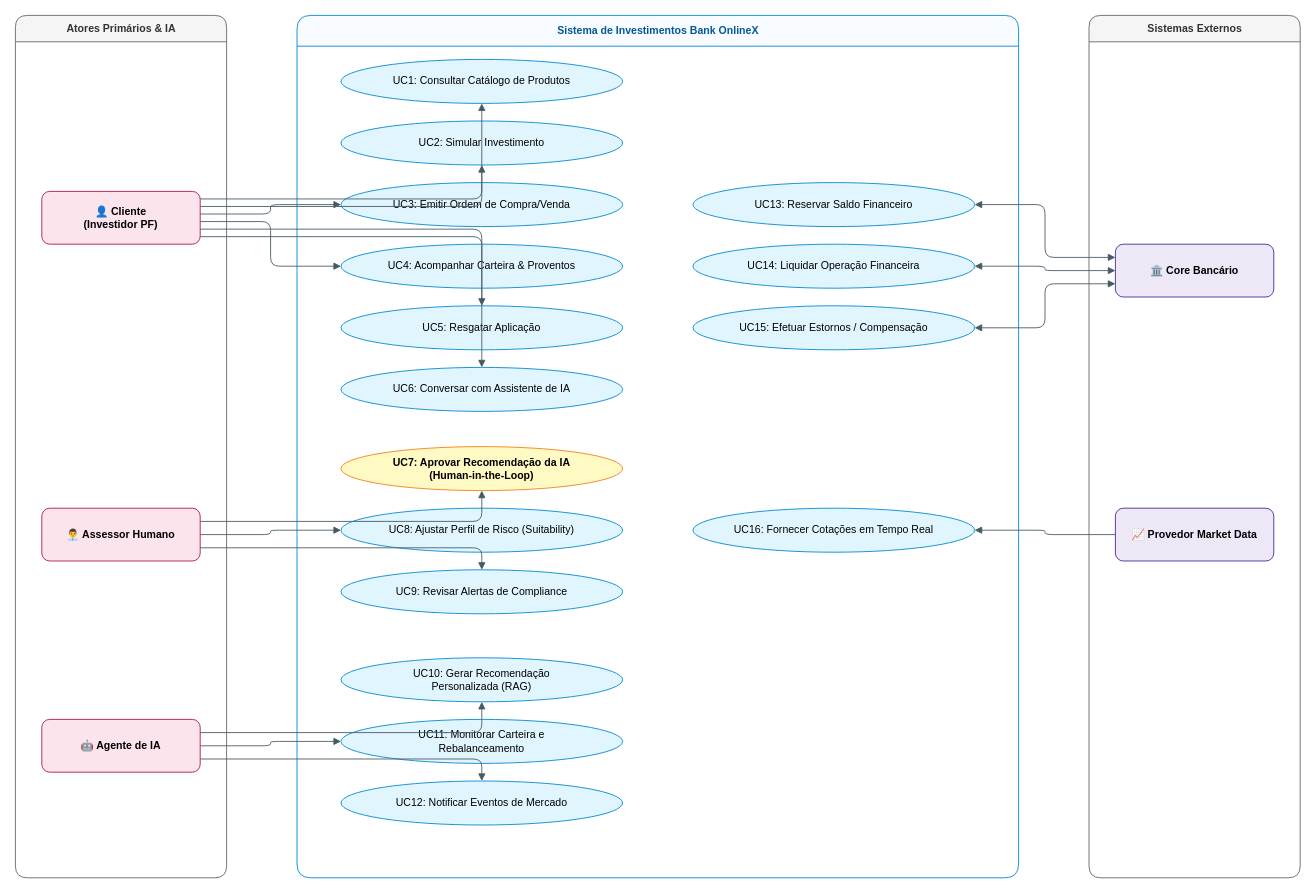
Earlier version of the draw.io diagram Artefatos/Fase2/01_Casos_de_Uso_Bank_OnlineX.drawio (MathGueff/mineracao-de-dados-poc-bank-online). Source tidied: cells renumbered, new cells numbered last; positions are measured from the earlier drawing's top-left corner, leaving out a move shared by most shapes. Both pictures are drawn from the tidied source at 88%, with x=0, y=0 at pixel (15, 15).
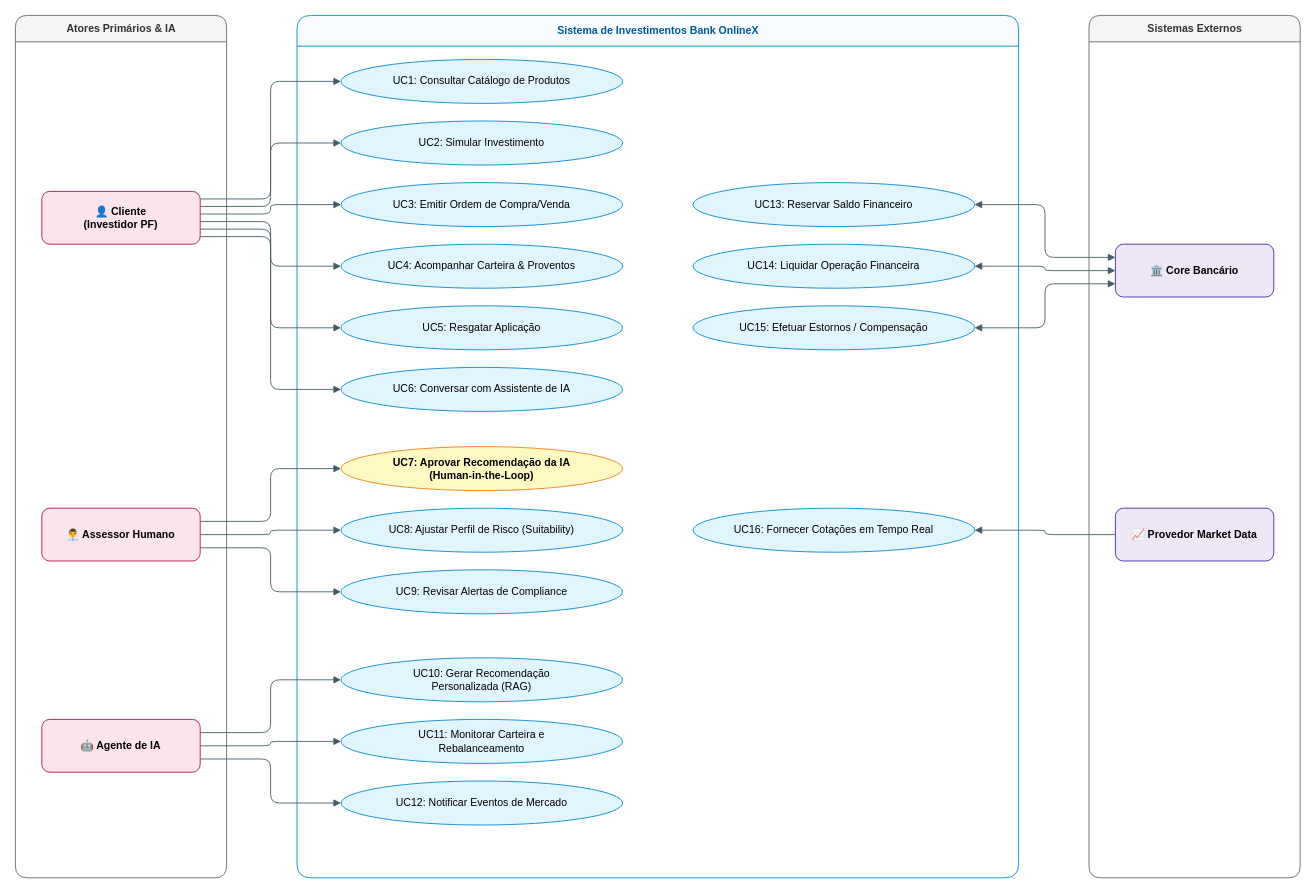
Above is the later version.

The change refers to these unchanged cells:
```xml
<mxCell id="5" value="👤 Cliente&#10;(Investidor PF)" style="rounded=1;whiteSpace=wrap;html=1;fillColor=#fce4ec;strokeColor=#ad1457;fontStyle=1;fontSize=12;" parent="2" vertex="1">
  <mxGeometry x="30" y="200" width="180" height="60" as="geometry" />
</mxCell>
<mxCell id="6" value="👨‍💼 Assessor Humano" style="rounded=1;whiteSpace=wrap;html=1;fillColor=#fce4ec;strokeColor=#ad1457;fontStyle=1;fontSize=12;" parent="2" vertex="1">
  <mxGeometry x="30" y="560" width="180" height="60" as="geometry" />
</mxCell>
<mxCell id="7" value="🤖 Agente de IA" style="rounded=1;whiteSpace=wrap;html=1;fillColor=#fce4ec;strokeColor=#ad1457;fontStyle=1;fontSize=12;" parent="2" vertex="1">
  <mxGeometry x="30" y="800" width="180" height="60" as="geometry" />
</mxCell>
<mxCell id="8" value="🏛️ Core Bancário" style="rounded=1;whiteSpace=wrap;html=1;fillColor=#ede7f6;strokeColor=#4527a0;fontStyle=1;fontSize=12;" parent="4" vertex="1">
  <mxGeometry x="30" y="260" width="180" height="60" as="geometry" />
</mxCell>
<mxCell id="9" value="📈 Provedor Market Data" style="rounded=1;whiteSpace=wrap;html=1;fillColor=#ede7f6;strokeColor=#4527a0;fontStyle=1;fontSize=12;" parent="4" vertex="1">
  <mxGeometry x="30" y="560" width="180" height="60" as="geometry" />
</mxCell>
<mxCell id="10" value="UC1: Consultar Catálogo de Produtos" style="ellipse;whiteSpace=wrap;html=1;fillColor=#e1f5fe;strokeColor=#0288d1;fontSize=12;" parent="3" vertex="1">
  <mxGeometry x="50" y="50" width="320" height="50" as="geometry" />
</mxCell>
<mxCell id="11" value="UC2: Simular Investimento" style="ellipse;whiteSpace=wrap;html=1;fillColor=#e1f5fe;strokeColor=#0288d1;fontSize=12;" parent="3" vertex="1">
  <mxGeometry x="50" y="120" width="320" height="50" as="geometry" />
</mxCell>
<mxCell id="12" value="UC3: Emitir Ordem de Compra/Venda" style="ellipse;whiteSpace=wrap;html=1;fillColor=#e1f5fe;strokeColor=#0288d1;fontSize=12;" parent="3" vertex="1">
  <mxGeometry x="50" y="190" width="320" height="50" as="geometry" />
</mxCell>
<mxCell id="13" value="UC4: Acompanhar Carteira &amp; Proventos" style="ellipse;whiteSpace=wrap;html=1;fillColor=#e1f5fe;strokeColor=#0288d1;fontSize=12;" parent="3" vertex="1">
  <mxGeometry x="50" y="260" width="320" height="50" as="geometry" />
</mxCell>
<mxCell id="14" value="UC5: Resgatar Aplicação" style="ellipse;whiteSpace=wrap;html=1;fillColor=#e1f5fe;strokeColor=#0288d1;fontSize=12;" parent="3" vertex="1">
  <mxGeometry x="50" y="330" width="320" height="50" as="geometry" />
</mxCell>
<mxCell id="15" value="UC6: Conversar com Assistente de IA" style="ellipse;whiteSpace=wrap;html=1;fillColor=#e1f5fe;strokeColor=#0288d1;fontSize=12;" parent="3" vertex="1">
  <mxGeometry x="50" y="400" width="320" height="50" as="geometry" />
</mxCell>
<mxCell id="16" value="UC7: Aprovar Recomendação da IA&#10;(Human-in-the-Loop)" style="ellipse;whiteSpace=wrap;html=1;fillColor=#fff9c4;strokeColor=#f57f17;fontStyle=1;fontSize=12;" parent="3" vertex="1">
  <mxGeometry x="50" y="490" width="320" height="50" as="geometry" />
</mxCell>
<mxCell id="17" value="UC8: Ajustar Perfil de Risco (Suitability)" style="ellipse;whiteSpace=wrap;html=1;fillColor=#e1f5fe;strokeColor=#0288d1;fontSize=12;" parent="3" vertex="1">
  <mxGeometry x="50" y="560" width="320" height="50" as="geometry" />
</mxCell>
<mxCell id="18" value="UC9: Revisar Alertas de Compliance" style="ellipse;whiteSpace=wrap;html=1;fillColor=#e1f5fe;strokeColor=#0288d1;fontSize=12;" parent="3" vertex="1">
  <mxGeometry x="50" y="630" width="320" height="50" as="geometry" />
</mxCell>
<mxCell id="19" value="UC10: Gerar Recomendação&#10;Personalizada (RAG)" style="ellipse;whiteSpace=wrap;html=1;fillColor=#e1f5fe;strokeColor=#0288d1;fontSize=12;" parent="3" vertex="1">
  <mxGeometry x="50" y="730" width="320" height="50" as="geometry" />
</mxCell>
<mxCell id="20" value="UC11: Monitorar Carteira e&#10;Rebalanceamento" style="ellipse;whiteSpace=wrap;html=1;fillColor=#e1f5fe;strokeColor=#0288d1;fontSize=12;" parent="3" vertex="1">
  <mxGeometry x="50" y="800" width="320" height="50" as="geometry" />
</mxCell>
<mxCell id="21" value="UC12: Notificar Eventos de Mercado" style="ellipse;whiteSpace=wrap;html=1;fillColor=#e1f5fe;strokeColor=#0288d1;fontSize=12;" parent="3" vertex="1">
  <mxGeometry x="50" y="870" width="320" height="50" as="geometry" />
</mxCell>
<mxCell id="22" value="UC13: Reservar Saldo Financeiro" style="ellipse;whiteSpace=wrap;html=1;fillColor=#e1f5fe;strokeColor=#0288d1;fontSize=12;" parent="3" vertex="1">
  <mxGeometry x="450" y="190" width="320" height="50" as="geometry" />
</mxCell>
<mxCell id="23" value="UC14: Liquidar Operação Financeira" style="ellipse;whiteSpace=wrap;html=1;fillColor=#e1f5fe;strokeColor=#0288d1;fontSize=12;" parent="3" vertex="1">
  <mxGeometry x="450" y="260" width="320" height="50" as="geometry" />
</mxCell>
<mxCell id="24" value="UC15: Efetuar Estornos / Compensação" style="ellipse;whiteSpace=wrap;html=1;fillColor=#e1f5fe;strokeColor=#0288d1;fontSize=12;" parent="3" vertex="1">
  <mxGeometry x="450" y="330" width="320" height="50" as="geometry" />
</mxCell>
<mxCell id="25" value="UC16: Fornecer Cotações em Tempo Real" style="ellipse;whiteSpace=wrap;html=1;fillColor=#e1f5fe;strokeColor=#0288d1;fontSize=12;" parent="3" vertex="1">
  <mxGeometry x="450" y="560" width="320" height="50" as="geometry" />
</mxCell>
```

Change to the diagram source:
```diff
@@
-    <mxCell id="26" style="edgeStyle=orthogonalEdgeStyle;rounded=1;jettySize=auto;html=1;endArrow=block;endFill=1;strokeColor=#455a64;exitX=1;exitY=0.142857;exitDx=0;exitDy=0;" parent="1" edge="1" source="5" target="10">
+    <mxCell id="26" style="edgeStyle=orthogonalEdgeStyle;rounded=1;jettySize=auto;html=1;endArrow=block;endFill=1;strokeColor=#455a64;exitX=1;exitY=0.142857;exitDx=0;exitDy=0;entryX=0;entryY=0.5;entryDx=0;entryDy=0;" parent="1" edge="1" source="5" target="10">
       <mxGeometry relative="1" as="geometry" />
     </mxCell>
-    <mxCell id="27" style="edgeStyle=orthogonalEdgeStyle;rounded=1;jettySize=auto;html=1;endArrow=block;endFill=1;strokeColor=#455a64;exitX=1;exitY=0.285714;exitDx=0;exitDy=0;" parent="1" edge="1" source="5" target="11">
+    <mxCell id="27" style="edgeStyle=orthogonalEdgeStyle;rounded=1;jettySize=auto;html=1;endArrow=block;endFill=1;strokeColor=#455a64;exitX=1;exitY=0.285714;exitDx=0;exitDy=0;entryX=0;entryY=0.5;entryDx=0;entryDy=0;" parent="1" edge="1" source="5" target="11">
       <mxGeometry relative="1" as="geometry" />
     </mxCell>
-    <mxCell id="28" style="edgeStyle=orthogonalEdgeStyle;rounded=1;jettySize=auto;html=1;endArrow=block;endFill=1;strokeColor=#455a64;exitX=1;exitY=0.428571;exitDx=0;exitDy=0;" parent="1" edge="1" source="5" target="12">
+    <mxCell id="28" style="edgeStyle=orthogonalEdgeStyle;rounded=1;jettySize=auto;html=1;endArrow=block;endFill=1;strokeColor=#455a64;exitX=1;exitY=0.428571;exitDx=0;exitDy=0;entryX=0;entryY=0.5;entryDx=0;entryDy=0;" parent="1" edge="1" source="5" target="12">
       <mxGeometry relative="1" as="geometry" />
     </mxCell>
-    <mxCell id="29" style="edgeStyle=orthogonalEdgeStyle;rounded=1;jettySize=auto;html=1;endArrow=block;endFill=1;strokeColor=#455a64;exitX=1;exitY=0.571429;exitDx=0;exitDy=0;" parent="1" edge="1" source="5" target="13">
+    <mxCell id="29" style="edgeStyle=orthogonalEdgeStyle;rounded=1;jettySize=auto;html=1;endArrow=block;endFill=1;strokeColor=#455a64;exitX=1;exitY=0.571429;exitDx=0;exitDy=0;entryX=0;entryY=0.5;entryDx=0;entryDy=0;" parent="1" edge="1" source="5" target="13">
       <mxGeometry relative="1" as="geometry" />
     </mxCell>
-    <mxCell id="30" style="edgeStyle=orthogonalEdgeStyle;rounded=1;jettySize=auto;html=1;endArrow=block;endFill=1;strokeColor=#455a64;exitX=1;exitY=0.714286;exitDx=0;exitDy=0;" parent="1" edge="1" source="5" target="14">
+    <mxCell id="30" style="edgeStyle=orthogonalEdgeStyle;rounded=1;jettySize=auto;html=1;endArrow=block;endFill=1;strokeColor=#455a64;exitX=1;exitY=0.714286;exitDx=0;exitDy=0;entryX=0;entryY=0.5;entryDx=0;entryDy=0;" parent="1" edge="1" source="5" target="14">
       <mxGeometry relative="1" as="geometry" />
     </mxCell>
-    <mxCell id="31" style="edgeStyle=orthogonalEdgeStyle;rounded=1;jettySize=auto;html=1;endArrow=block;endFill=1;strokeColor=#455a64;exitX=1;exitY=0.857143;exitDx=0;exitDy=0;" parent="1" edge="1" source="5" target="15">
+    <mxCell id="31" style="edgeStyle=orthogonalEdgeStyle;rounded=1;jettySize=auto;html=1;endArrow=block;endFill=1;strokeColor=#455a64;exitX=1;exitY=0.857143;exitDx=0;exitDy=0;entryX=0;entryY=0.5;entryDx=0;entryDy=0;" parent="1" edge="1" source="5" target="15">
       <mxGeometry relative="1" as="geometry" />
     </mxCell>
-    <mxCell id="32" style="edgeStyle=orthogonalEdgeStyle;rounded=1;jettySize=auto;html=1;endArrow=block;endFill=1;strokeColor=#455a64;exitX=1;exitY=0.25;exitDx=0;exitDy=0;" parent="1" edge="1" source="6" target="16">
+    <mxCell id="32" style="edgeStyle=orthogonalEdgeStyle;rounded=1;jettySize=auto;html=1;endArrow=block;endFill=1;strokeColor=#455a64;exitX=1;exitY=0.25;exitDx=0;exitDy=0;entryX=0;entryY=0.5;entryDx=0;entryDy=0;" parent="1" edge="1" source="6" target="16">
       <mxGeometry relative="1" as="geometry" />
     </mxCell>
-    <mxCell id="33" style="edgeStyle=orthogonalEdgeStyle;rounded=1;jettySize=auto;html=1;endArrow=block;endFill=1;strokeColor=#455a64;exitX=1;exitY=0.5;exitDx=0;exitDy=0;" parent="1" edge="1" source="6" target="17">
+    <mxCell id="33" style="edgeStyle=orthogonalEdgeStyle;rounded=1;jettySize=auto;html=1;endArrow=block;endFill=1;strokeColor=#455a64;exitX=1;exitY=0.5;exitDx=0;exitDy=0;entryX=0;entryY=0.5;entryDx=0;entryDy=0;" parent="1" edge="1" source="6" target="17">
       <mxGeometry relative="1" as="geometry" />
     </mxCell>
-    <mxCell id="34" style="edgeStyle=orthogonalEdgeStyle;rounded=1;jettySize=auto;html=1;endArrow=block;endFill=1;strokeColor=#455a64;exitX=1;exitY=0.75;exitDx=0;exitDy=0;" parent="1" edge="1" source="6" target="18">
+    <mxCell id="34" style="edgeStyle=orthogonalEdgeStyle;rounded=1;jettySize=auto;html=1;endArrow=block;endFill=1;strokeColor=#455a64;exitX=1;exitY=0.75;exitDx=0;exitDy=0;entryX=0;entryY=0.5;entryDx=0;entryDy=0;" parent="1" edge="1" source="6" target="18">
       <mxGeometry relative="1" as="geometry" />
     </mxCell>
-    <mxCell id="35" style="edgeStyle=orthogonalEdgeStyle;rounded=1;jettySize=auto;html=1;endArrow=block;endFill=1;strokeColor=#455a64;exitX=1;exitY=0.25;exitDx=0;exitDy=0;" parent="1" edge="1" source="7" target="19">
+    <mxCell id="35" style="edgeStyle=orthogonalEdgeStyle;rounded=1;jettySize=auto;html=1;endArrow=block;endFill=1;strokeColor=#455a64;exitX=1;exitY=0.25;exitDx=0;exitDy=0;entryX=0;entryY=0.5;entryDx=0;entryDy=0;" parent="1" edge="1" source="7" target="19">
       <mxGeometry relative="1" as="geometry" />
     </mxCell>
-    <mxCell id="36" style="edgeStyle=orthogonalEdgeStyle;rounded=1;jettySize=auto;html=1;endArrow=block;endFill=1;strokeColor=#455a64;exitX=1;exitY=0.5;exitDx=0;exitDy=0;" parent="1" edge="1" source="7" target="20">
+    <mxCell id="36" style="edgeStyle=orthogonalEdgeStyle;rounded=1;jettySize=auto;html=1;endArrow=block;endFill=1;strokeColor=#455a64;exitX=1;exitY=0.5;exitDx=0;exitDy=0;entryX=0;entryY=0.5;entryDx=0;entryDy=0;" parent="1" edge="1" source="7" target="20">
       <mxGeometry relative="1" as="geometry" />
     </mxCell>
-    <mxCell id="37" style="edgeStyle=orthogonalEdgeStyle;rounded=1;jettySize=auto;html=1;endArrow=block;endFill=1;strokeColor=#455a64;exitX=1;exitY=0.75;exitDx=0;exitDy=0;" parent="1" edge="1" source="7" target="21">
+    <mxCell id="37" style="edgeStyle=orthogonalEdgeStyle;rounded=1;jettySize=auto;html=1;endArrow=block;endFill=1;strokeColor=#455a64;exitX=1;exitY=0.75;exitDx=0;exitDy=0;entryX=0;entryY=0.5;entryDx=0;entryDy=0;" parent="1" edge="1" source="7" target="21">
       <mxGeometry relative="1" as="geometry" />
     </mxCell>
-    <mxCell id="38" style="edgeStyle=orthogonalEdgeStyle;rounded=1;jettySize=auto;html=1;startArrow=block;startFill=1;endArrow=block;endFill=1;strokeColor=#455a64;entryX=0;entryY=0.25;entryDx=0;entryDy=0;" parent="1" edge="1" source="22" target="8">
+    <mxCell id="38" style="edgeStyle=orthogonalEdgeStyle;rounded=1;jettySize=auto;html=1;startArrow=block;startFill=1;endArrow=block;endFill=1;strokeColor=#455a64;exitX=1;exitY=0.5;exitDx=0;exitDy=0;entryX=0;entryY=0.25;entryDx=0;entryDy=0;" parent="1" edge="1" source="22" target="8">
       <mxGeometry relative="1" as="geometry" />
     </mxCell>
-    <mxCell id="39" style="edgeStyle=orthogonalEdgeStyle;rounded=1;jettySize=auto;html=1;startArrow=block;startFill=1;endArrow=block;endFill=1;strokeColor=#455a64;entryX=0;entryY=0.5;entryDx=0;entryDy=0;" parent="1" edge="1" source="23" target="8">
+    <mxCell id="39" style="edgeStyle=orthogonalEdgeStyle;rounded=1;jettySize=auto;html=1;startArrow=block;startFill=1;endArrow=block;endFill=1;strokeColor=#455a64;exitX=1;exitY=0.5;exitDx=0;exitDy=0;entryX=0;entryY=0.5;entryDx=0;entryDy=0;" parent="1" edge="1" source="23" target="8">
       <mxGeometry relative="1" as="geometry" />
     </mxCell>
-    <mxCell id="40" style="edgeStyle=orthogonalEdgeStyle;rounded=1;jettySize=auto;html=1;startArrow=block;startFill=1;endArrow=block;endFill=1;strokeColor=#455a64;entryX=0;entryY=0.75;entryDx=0;entryDy=0;" parent="1" edge="1" source="24" target="8">
+    <mxCell id="40" style="edgeStyle=orthogonalEdgeStyle;rounded=1;jettySize=auto;html=1;startArrow=block;startFill=1;endArrow=block;endFill=1;strokeColor=#455a64;exitX=1;exitY=0.5;exitDx=0;exitDy=0;entryX=0;entryY=0.75;entryDx=0;entryDy=0;" parent="1" edge="1" source="24" target="8">
       <mxGeometry relative="1" as="geometry" />
     </mxCell>
-    <mxCell id="41" style="edgeStyle=orthogonalEdgeStyle;rounded=1;jettySize=auto;html=1;endArrow=block;endFill=1;strokeColor=#455a64;" parent="1" edge="1" source="9" target="25">
+    <mxCell id="41" style="edgeStyle=orthogonalEdgeStyle;rounded=1;jettySize=auto;html=1;endArrow=block;endFill=1;strokeColor=#455a64;exitX=0;exitY=0.5;exitDx=0;exitDy=0;entryX=1;entryY=0.5;entryDx=0;entryDy=0;" parent="1" edge="1" source="9" target="25">
       <mxGeometry relative="1" as="geometry" />
     </mxCell>
```
